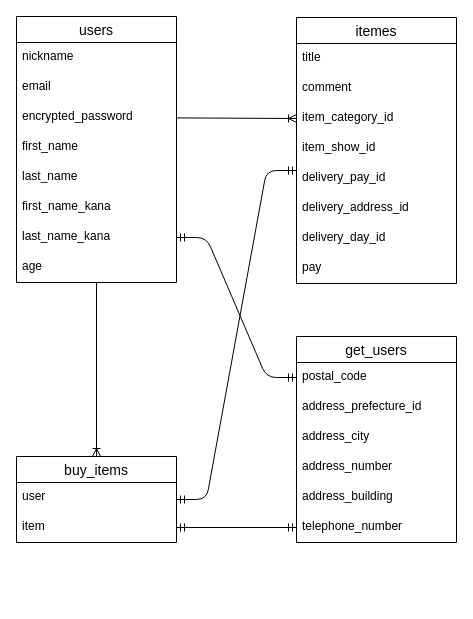
Earlier version of the draw.io diagram furima-36724.dio (shimiken0404/furima-36724). Source tidied: cells renumbered, new cells numbered last; positions are measured from the earlier drawing's top-left corner, leaving out a move shared by most shapes. Both pictures are drawn from the tidied source at 100%, with x=0, y=0 at pixel (16, 16).
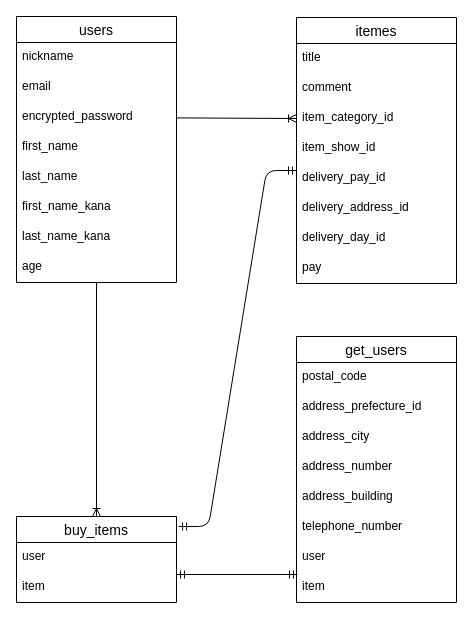
Above is the later version.

Commit message (it also covers changes not shown here):
アソシエーション関係図４

The change refers to these unchanged cells:
```xml
<mxCell id="9" value="last_name_kana" style="text;strokeColor=none;fillColor=none;spacingLeft=4;spacingRight=4;overflow=hidden;points=[[0,0.5],[1,0.5]];portConstraint=eastwest;fontSize=12;" parent="2" vertex="1">
  <mxGeometry y="206" width="160" height="30" as="geometry" />
</mxCell>
<mxCell id="10" value="age" style="text;strokeColor=none;fillColor=none;spacingLeft=4;spacingRight=4;overflow=hidden;points=[[0,0.5],[1,0.5]];portConstraint=eastwest;fontSize=12;" parent="2" vertex="1">
  <mxGeometry y="236" width="160" height="30" as="geometry" />
</mxCell>
<mxCell id="22" value="item" style="text;strokeColor=none;fillColor=none;spacingLeft=4;spacingRight=4;overflow=hidden;points=[[0,0.5],[1,0.5]];portConstraint=eastwest;fontSize=12;" parent="20" vertex="1">
  <mxGeometry y="56" width="160" height="30" as="geometry" />
</mxCell>
<mxCell id="24" value="postal_code" style="text;strokeColor=none;fillColor=none;spacingLeft=4;spacingRight=4;overflow=hidden;points=[[0,0.5],[1,0.5]];portConstraint=eastwest;fontSize=12;" parent="23" vertex="1">
  <mxGeometry y="26" width="160" height="30" as="geometry" />
</mxCell>
<mxCell id="29" value="telephone_number" style="text;strokeColor=none;fillColor=none;spacingLeft=4;spacingRight=4;overflow=hidden;points=[[0,0.5],[1,0.5]];portConstraint=eastwest;fontSize=12;" parent="23" vertex="1">
  <mxGeometry y="176" width="160" height="30" as="geometry" />
</mxCell>
```

Change to the diagram source:
```diff
@@
     <mxCell id="20" value="buy_items" style="swimlane;fontStyle=0;horizontal=1;startSize=26;align=center;fontSize=14;" parent="1" vertex="1">
-      <mxGeometry y="440" width="160" height="86" as="geometry" />
+      <mxGeometry y="500" width="160" height="86" as="geometry" />
     </mxCell>
@@
     <mxCell id="23" value="get_users" style="swimlane;fontStyle=0;horizontal=1;startSize=26;align=center;fontSize=14;" parent="1" vertex="1">
-      <mxGeometry x="280" y="320" width="160" height="206" as="geometry" />
+      <mxGeometry x="280" y="320" width="160" height="266" as="geometry" />
     </mxCell>
@@
+    <mxCell id="35" value="user" style="text;strokeColor=none;fillColor=none;spacingLeft=4;spacingRight=4;overflow=hidden;fontSize=12;" parent="23" vertex="1">
+      <mxGeometry y="206" width="160" height="30" as="geometry" />
+    </mxCell>
+    <mxCell id="36" value="item" style="text;strokeColor=none;fillColor=none;spacingLeft=4;spacingRight=4;overflow=hidden;points=[[0,0.5],[1,0.5]];portConstraint=eastwest;fontSize=12;" parent="23" vertex="1">
+      <mxGeometry y="236" width="160" height="30" as="geometry" />
+    </mxCell>
@@
-    <mxCell id="31" style="edgeStyle=entityRelationEdgeStyle;fontSize=12;html=1;endArrow=ERmandOne;startArrow=ERmandOne;" parent="1" edge="1" source="9" target="24">
-      <mxGeometry relative="1" as="geometry" />
-    </mxCell>
-    <mxCell id="32" style="edgeStyle=entityRelationEdgeStyle;fontSize=12;html=1;endArrow=ERmandOne;startArrow=ERmandOne;" parent="1" edge="1" source="20">
+    <mxCell id="32" style="edgeStyle=entityRelationEdgeStyle;fontSize=12;html=1;endArrow=ERmandOne;startArrow=ERmandOne;exitX=1.013;exitY=0.116;exitDx=0;exitDy=0;exitPerimeter=0;" parent="1" edge="1" source="20">
       <mxGeometry relative="1" as="geometry">
         <mxPoint x="280" y="154" as="targetPoint" />
       </mxGeometry>
     </mxCell>
-    <mxCell id="33" style="fontSize=12;html=1;endArrow=ERmandOne;startArrow=ERmandOne;" parent="1" edge="1" source="22" target="29">
-      <mxGeometry relative="1" as="geometry" />
+    <mxCell id="33" style="fontSize=12;html=1;endArrow=ERmandOne;startArrow=ERmandOne;entryX=0.006;entryY=0.067;entryDx=0;entryDy=0;entryPerimeter=0;" parent="1" edge="1" target="36">
+      <mxGeometry relative="1" as="geometry">
+        <mxPoint x="160" y="558" as="sourcePoint" />
+      </mxGeometry>
     </mxCell>
-    <mxCell id="34" style="fontSize=12;html=1;endArrow=ERoneToMany;" parent="1" edge="1" source="10">
-      <mxGeometry relative="1" as="geometry">
-        <mxPoint x="80" y="440" as="targetPoint" />
-      </mxGeometry>
+    <mxCell id="34" style="fontSize=12;html=1;endArrow=ERoneToMany;entryX=0.5;entryY=0;entryDx=0;entryDy=0;" parent="1" edge="1" source="10" target="20">
+      <mxGeometry relative="1" as="geometry" />
     </mxCell>
```
